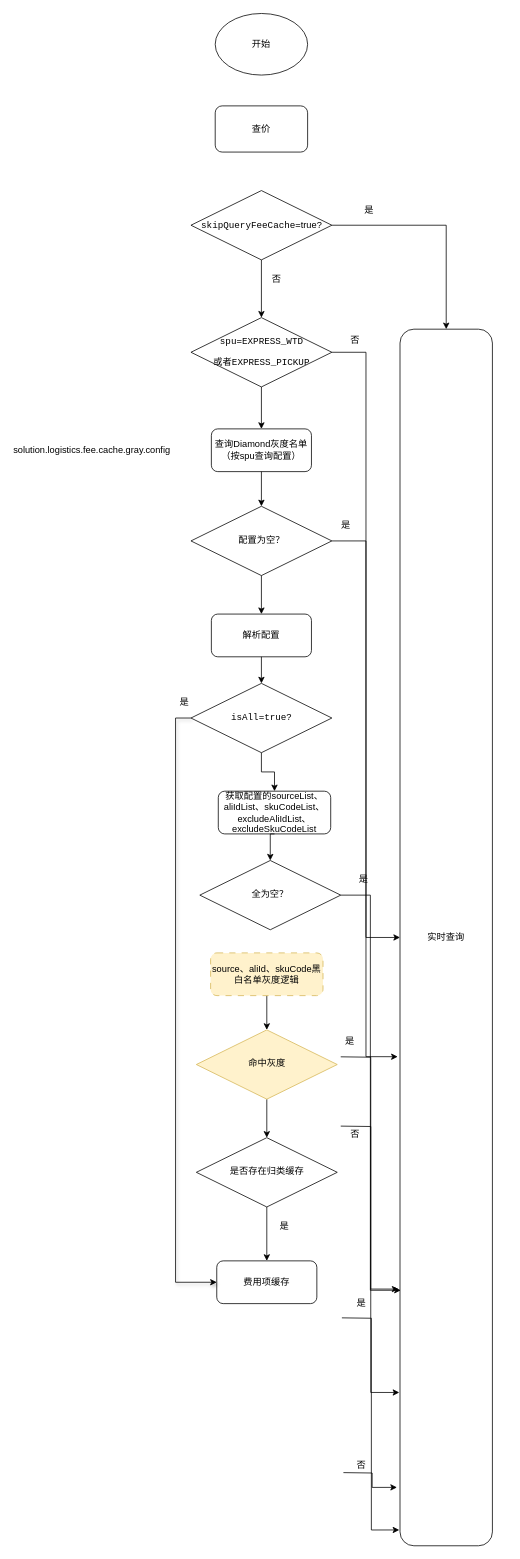
Above: 费用项缓存-整体逻辑.drawio in heyrry/draw.io (draw.io), before the change. Source tidied: cells renumbered, new cells numbered last; positions are measured from the earlier drawing's top-left corner, leaving out a move shared by most shapes. Both pictures are drawn from the tidied source at 77%, with x=0, y=0 at pixel (69, 13).
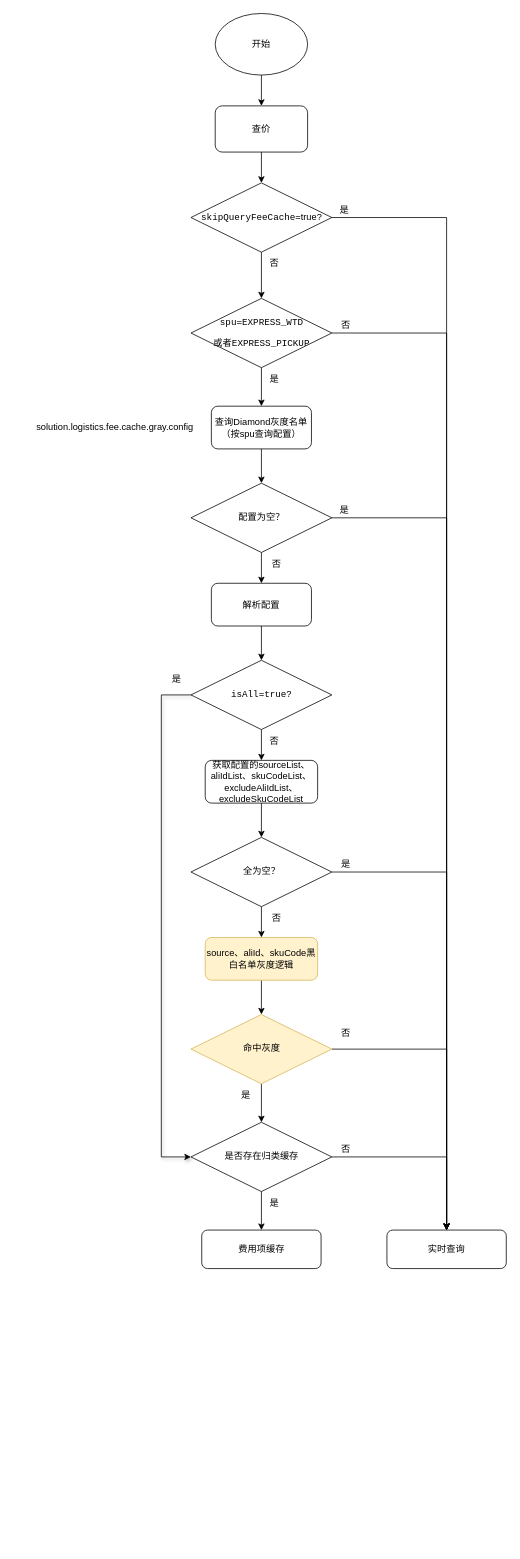
The same page after the edit.

Commit message:
更新费用项缓存-整体逻辑.drawio

The change refers to these unchanged cells:
```xml
<mxCell id="2" value="开始" style="ellipse;whiteSpace=wrap;html=1;fillColor=none;" parent="1" vertex="1">
  <mxGeometry x="190" width="120" height="80" as="geometry" />
</mxCell>
<mxCell id="3" value="查价" style="rounded=1;whiteSpace=wrap;html=1;fillColor=none;" parent="1" vertex="1">
  <mxGeometry x="190" y="120" width="120" height="60" as="geometry" />
</mxCell>
```

Diff of the diagram source:
```diff
@@
+    <mxCell id="49" style="edgeStyle=orthogonalEdgeStyle;rounded=0;jettySize=auto;html=1;exitX=0.5;exitY=1;exitDx=0;exitDy=0;entryX=0.5;entryY=0;entryDx=0;entryDy=0;" parent="1" edge="1" source="2" target="3">
+      <mxGeometry relative="1" as="geometry" />
+    </mxCell>
@@
+    <mxCell id="50" style="edgeStyle=orthogonalEdgeStyle;rounded=0;jettySize=auto;html=1;exitX=0.5;exitY=1;exitDx=0;exitDy=0;entryX=0.5;entryY=0;entryDx=0;entryDy=0;" parent="1" edge="1" source="3" target="6">
+      <mxGeometry relative="1" as="geometry" />
+    </mxCell>
@@
     <mxCell id="6" value="&lt;pre&gt;skipQueryFeeCache&lt;font face=&quot;Helvetica&quot;&gt;&lt;span style=&quot;white-space: normal;&quot;&gt;=true?&lt;/span&gt;&lt;/font&gt;&lt;/pre&gt;" style="rhombus;whiteSpace=wrap;html=1;fillColor=none;" parent="1" vertex="1">
-      <mxGeometry x="158.5" y="230" width="183" height="90" as="geometry" />
+      <mxGeometry x="158.5" y="220" width="183" height="90" as="geometry" />
     </mxCell>
-    <mxCell id="7" value="实时查询" style="rounded=1;whiteSpace=wrap;html=1;fillColor=none;" parent="1" vertex="1">
-      <mxGeometry x="430" y="410" width="120" height="1580" as="geometry" />
-    </mxCell>
     <mxCell id="8" value="是" style="text;html=1;align=center;verticalAlign=middle;whiteSpace=wrap;rounded=0;" parent="1" vertex="1">
-      <mxGeometry x="360" y="240" width="60" height="30" as="geometry" />
+      <mxGeometry x="327.5" y="240" width="60" height="30" as="geometry" />
     </mxCell>
+    <mxCell id="10" style="edgeStyle=orthogonalEdgeStyle;rounded=0;jettySize=auto;html=1;exitX=0.5;exitY=1;exitDx=0;exitDy=0;entryX=0.5;entryY=0;entryDx=0;entryDy=0;" parent="1" edge="1" source="11" target="15">
+      <mxGeometry relative="1" as="geometry" />
+    </mxCell>
-    <mxCell id="9" style="edgeStyle=orthogonalEdgeStyle;rounded=0;jettySize=auto;html=1;exitX=1;exitY=0.5;exitDx=0;exitDy=0;entryX=0;entryY=0.5;entryDx=0;entryDy=0;" parent="1" edge="1" source="11" target="7">
+    <mxCell id="9" style="edgeStyle=orthogonalEdgeStyle;rounded=0;jettySize=auto;html=1;exitX=1;exitY=0.5;exitDx=0;exitDy=0;entryX=0.5;entryY=0;entryDx=0;entryDy=0;" parent="1" edge="1" source="11" target="7">
       <mxGeometry relative="1" as="geometry" />
     </mxCell>
-    <mxCell id="10" style="edgeStyle=orthogonalEdgeStyle;rounded=0;jettySize=auto;html=1;exitX=0.5;exitY=1;exitDx=0;exitDy=0;entryX=0.5;entryY=0;entryDx=0;entryDy=0;" parent="1" edge="1" source="11" target="15">
-      <mxGeometry relative="1" as="geometry" />
-    </mxCell>
     <mxCell id="11" value="&lt;pre&gt;spu=EXPRESS_WTD&lt;/pre&gt;&lt;pre&gt;或者EXPRESS_PICKUP&lt;/pre&gt;" style="rhombus;whiteSpace=wrap;html=1;fillColor=none;" parent="1" vertex="1">
-      <mxGeometry x="158.5" y="395" width="183" height="90" as="geometry" />
+      <mxGeometry x="158.5" y="370" width="183" height="90" as="geometry" />
     </mxCell>
     <mxCell id="12" value="否" style="text;html=1;align=center;verticalAlign=middle;whiteSpace=wrap;rounded=0;" parent="1" vertex="1">
-      <mxGeometry x="240" y="330" width="60" height="30" as="geometry" />
+      <mxGeometry x="237" y="310" width="60" height="30" as="geometry" />
     </mxCell>
     <mxCell id="13" value="否" style="text;html=1;align=center;verticalAlign=middle;whiteSpace=wrap;rounded=0;" parent="1" vertex="1">
-      <mxGeometry x="341.5" y="410" width="60" height="30" as="geometry" />
+      <mxGeometry x="330" y="390" width="60" height="30" as="geometry" />
     </mxCell>
@@
     <mxCell id="15" value="查询Diamond灰度名单（按spu查询配置）" style="rounded=1;whiteSpace=wrap;html=1;fillColor=none;" parent="1" vertex="1">
-      <mxGeometry x="185" y="539.5" width="130" height="55.5" as="geometry" />
+      <mxGeometry x="185" y="510" width="130" height="55.5" as="geometry" />
     </mxCell>
     <mxCell id="16" value="solution.logistics.fee.cache.gray.config" style="text;html=1;align=center;verticalAlign=middle;whiteSpace=wrap;rounded=0;" parent="1" vertex="1">
-      <mxGeometry y="552.2" width="60" height="30" as="geometry" />
+      <mxGeometry x="30" y="522.8" width="60" height="30" as="geometry" />
     </mxCell>
@@
+    <mxCell id="19" style="edgeStyle=orthogonalEdgeStyle;rounded=0;jettySize=auto;html=1;exitX=1;exitY=0.5;exitDx=0;exitDy=0;entryX=0.5;entryY=0;entryDx=0;entryDy=0;" parent="1" edge="1" source="18" target="7">
+      <mxGeometry relative="1" as="geometry" />
+    </mxCell>
     <mxCell id="18" value="&lt;pre&gt;配置为空？&lt;/pre&gt;" style="rhombus;whiteSpace=wrap;html=1;fillColor=none;" parent="1" vertex="1">
-      <mxGeometry x="158.5" y="640" width="183" height="90" as="geometry" />
+      <mxGeometry x="158.5" y="610" width="183" height="90" as="geometry" />
     </mxCell>
-    <mxCell id="19" style="edgeStyle=orthogonalEdgeStyle;rounded=0;jettySize=auto;html=1;exitX=1;exitY=0.5;exitDx=0;exitDy=0;entryX=-0.025;entryY=0.598;entryDx=0;entryDy=0;entryPerimeter=0;" parent="1" edge="1" source="18" target="7">
-      <mxGeometry relative="1" as="geometry" />
-    </mxCell>
@@
     <mxCell id="21" value="解析配置" style="rounded=1;whiteSpace=wrap;html=1;fillColor=none;" parent="1" vertex="1">
-      <mxGeometry x="185" y="780" width="130" height="55.5" as="geometry" />
+      <mxGeometry x="185" y="740" width="130" height="55.5" as="geometry" />
     </mxCell>
-    <mxCell id="22" style="edgeStyle=orthogonalEdgeStyle;rounded=0;jettySize=auto;html=1;exitX=0;exitY=0.5;exitDx=0;exitDy=0;entryX=0;entryY=0.5;entryDx=0;entryDy=0;shadow=1;" parent="1" edge="1" source="24" target="26">
-      <mxGeometry relative="1" as="geometry" />
+    <mxCell id="22" style="edgeStyle=orthogonalEdgeStyle;rounded=0;jettySize=auto;html=1;exitX=0;exitY=0.5;exitDx=0;exitDy=0;entryX=0;entryY=0.5;entryDx=0;entryDy=0;shadow=1;" parent="1" edge="1" source="24" target="45">
+      <mxGeometry relative="1" as="geometry">
+        <Array as="points">
+          <mxPoint x="120" y="885" />
+          <mxPoint x="120" y="1485" />
+        </Array>
+      </mxGeometry>
     </mxCell>
@@
     <mxCell id="24" value="&lt;pre&gt;&lt;div style=&quot;&quot;&gt;&lt;pre style=&quot;&quot;&gt;isAll=true?&lt;/pre&gt;&lt;/div&gt;&lt;/pre&gt;" style="rhombus;whiteSpace=wrap;html=1;fillColor=none;" parent="1" vertex="1">
-      <mxGeometry x="158.5" y="870" width="183" height="90" as="geometry" />
+      <mxGeometry x="158.5" y="840" width="183" height="90" as="geometry" />
     </mxCell>
     <mxCell id="25" value="是" style="text;html=1;align=center;verticalAlign=middle;whiteSpace=wrap;rounded=0;" parent="1" vertex="1">
-      <mxGeometry x="330" y="650" width="60" height="30" as="geometry" />
+      <mxGeometry x="327.5" y="630" width="60" height="30" as="geometry" />
     </mxCell>
-    <mxCell id="26" value="费用项缓存" style="rounded=1;whiteSpace=wrap;html=1;fillColor=none;" parent="1" vertex="1">
-      <mxGeometry x="192" y="1620" width="130" height="55.5" as="geometry" />
+    <mxCell id="26" value="费用项缓存" style="rounded=1;whiteSpace=wrap;html=1;fillColor=default;strokeColor=default;" parent="1" vertex="1">
+      <mxGeometry x="172.5" y="1580" width="155" height="50" as="geometry" />
     </mxCell>
     <mxCell id="27" value="是" style="text;html=1;align=center;verticalAlign=middle;whiteSpace=wrap;rounded=0;" parent="1" vertex="1">
-      <mxGeometry x="120" y="880" width="60" height="30" as="geometry" />
+      <mxGeometry x="110" y="850" width="60" height="30" as="geometry" />
     </mxCell>
@@
     <mxCell id="29" value="获取配置的sourceList、aliIdList、skuCodeList、excludeAliIdList、excludeSkuCodeList" style="rounded=1;whiteSpace=wrap;html=1;fillColor=none;" parent="1" vertex="1">
-      <mxGeometry x="194" y="1010" width="146" height="55.5" as="geometry" />
+      <mxGeometry x="177" y="970" width="146" height="55.5" as="geometry" />
     </mxCell>
+    <mxCell id="51" style="edgeStyle=orthogonalEdgeStyle;rounded=0;jettySize=auto;html=1;exitX=0.5;exitY=1;exitDx=0;exitDy=0;entryX=0.5;entryY=0;entryDx=0;entryDy=0;" parent="1" edge="1" source="30" target="34">
+      <mxGeometry relative="1" as="geometry" />
+    </mxCell>
+    <mxCell id="31" style="edgeStyle=orthogonalEdgeStyle;rounded=0;jettySize=auto;html=1;exitX=1;exitY=0.5;exitDx=0;exitDy=0;entryX=0.5;entryY=0;entryDx=0;entryDy=0;" parent="1" edge="1" source="30" target="7">
+      <mxGeometry relative="1" as="geometry" />
+    </mxCell>
     <mxCell id="30" value="&lt;pre&gt;&lt;div style=&quot;&quot;&gt;&lt;pre style=&quot;&quot;&gt;全为空？&lt;/pre&gt;&lt;/div&gt;&lt;/pre&gt;" style="rhombus;whiteSpace=wrap;html=1;fillColor=none;" parent="1" vertex="1">
-      <mxGeometry x="170" y="1100" width="183" height="90" as="geometry" />
+      <mxGeometry x="158.5" y="1070" width="183" height="90" as="geometry" />
     </mxCell>
-    <mxCell id="31" style="edgeStyle=orthogonalEdgeStyle;rounded=0;jettySize=auto;html=1;exitX=1;exitY=0.5;exitDx=0;exitDy=0;entryX=0.008;entryY=0.79;entryDx=0;entryDy=0;entryPerimeter=0;" parent="1" edge="1" source="30" target="7">
-      <mxGeometry relative="1" as="geometry" />
-    </mxCell>
     <mxCell id="32" value="是" style="text;html=1;align=center;verticalAlign=middle;whiteSpace=wrap;rounded=0;" parent="1" vertex="1">
-      <mxGeometry x="353" y="1109" width="60" height="30" as="geometry" />
+      <mxGeometry x="330" y="1090" width="60" height="30" as="geometry" />
     </mxCell>
@@
-    <mxCell id="34" value="source、aliId、skuCode黑白名单灰度逻辑" style="rounded=1;whiteSpace=wrap;html=1;fillColor=#fff2cc;dashed=1;dashPattern=8 8;strokeColor=#d6b656;" parent="1" vertex="1">
-      <mxGeometry x="184" y="1220" width="146" height="55.5" as="geometry" />
+    <mxCell id="34" value="source、aliId、skuCode黑白名单灰度逻辑" style="rounded=1;whiteSpace=wrap;html=1;fillColor=#fff2cc;strokeColor=#d6b656;" parent="1" vertex="1">
+      <mxGeometry x="177" y="1200" width="146" height="55.5" as="geometry" />
     </mxCell>
@@
-    <mxCell id="36" style="edgeStyle=orthogonalEdgeStyle;rounded=0;jettySize=auto;html=1;exitX=1;exitY=0.5;exitDx=0;exitDy=0;entryX=-0.017;entryY=0.789;entryDx=0;entryDy=0;entryPerimeter=0;" parent="1" edge="1" target="7">
-      <mxGeometry relative="1" as="geometry">
-        <mxPoint x="353" y="1355" as="sourcePoint" />
-      </mxGeometry>
-    </mxCell>
     <mxCell id="37" value="是" style="text;html=1;align=center;verticalAlign=middle;whiteSpace=wrap;rounded=0;" parent="1" vertex="1">
-      <mxGeometry x="334.5" y="1320" width="60" height="30" as="geometry" />
+      <mxGeometry x="200" y="1390" width="60" height="30" as="geometry" />
     </mxCell>
-    <mxCell id="38" style="edgeStyle=orthogonalEdgeStyle;rounded=0;jettySize=auto;html=1;exitX=1;exitY=0.5;exitDx=0;exitDy=0;entryX=-0.008;entryY=0.874;entryDx=0;entryDy=0;entryPerimeter=0;" parent="1" edge="1" target="7">
-      <mxGeometry relative="1" as="geometry">
-        <mxPoint x="353" y="1445" as="sourcePoint" />
-      </mxGeometry>
-    </mxCell>
     <mxCell id="39" value="否" style="text;html=1;align=center;verticalAlign=middle;whiteSpace=wrap;rounded=0;" parent="1" vertex="1">
-      <mxGeometry x="341.5" y="1440" width="60" height="30" as="geometry" />
+      <mxGeometry x="330" y="1310" width="60" height="30" as="geometry" />
     </mxCell>
-    <mxCell id="40" style="edgeStyle=orthogonalEdgeStyle;rounded=0;jettySize=auto;html=1;exitX=1;exitY=0.5;exitDx=0;exitDy=0;entryX=-0.008;entryY=0.987;entryDx=0;entryDy=0;entryPerimeter=0;" parent="1" edge="1" target="7">
-      <mxGeometry relative="1" as="geometry">
-        <mxPoint x="354.5" y="1694" as="sourcePoint" />
-      </mxGeometry>
-    </mxCell>
-    <mxCell id="41" value="是" style="text;html=1;align=center;verticalAlign=middle;whiteSpace=wrap;rounded=0;" parent="1" vertex="1">
-      <mxGeometry x="350" y="1660" width="60" height="30" as="geometry" />
-    </mxCell>
-    <mxCell id="42" style="edgeStyle=orthogonalEdgeStyle;rounded=0;jettySize=auto;html=1;exitX=1;exitY=0.5;exitDx=0;exitDy=0;entryX=-0.033;entryY=0.952;entryDx=0;entryDy=0;entryPerimeter=0;" parent="1" edge="1" target="7">
-      <mxGeometry relative="1" as="geometry">
-        <mxPoint x="356.5" y="1895" as="sourcePoint" />
-      </mxGeometry>
-    </mxCell>
-    <mxCell id="43" value="否" style="text;html=1;align=center;verticalAlign=middle;whiteSpace=wrap;rounded=0;" parent="1" vertex="1">
-      <mxGeometry x="350" y="1870" width="60" height="30" as="geometry" />
-    </mxCell>
@@
+    <mxCell id="52" style="edgeStyle=orthogonalEdgeStyle;rounded=0;jettySize=auto;html=1;exitX=1;exitY=0.5;exitDx=0;exitDy=0;entryX=0.5;entryY=0;entryDx=0;entryDy=0;" parent="1" edge="1" source="45" target="7">
+      <mxGeometry relative="1" as="geometry" />
+    </mxCell>
     <mxCell id="45" value="&lt;pre&gt;&lt;div style=&quot;&quot;&gt;&lt;pre style=&quot;&quot;&gt;是否存在归类缓存&lt;/pre&gt;&lt;/div&gt;&lt;/pre&gt;" style="rhombus;whiteSpace=wrap;html=1;fillColor=none;" parent="1" vertex="1">
-      <mxGeometry x="165.5" y="1460" width="183" height="90" as="geometry" />
+      <mxGeometry x="158.5" y="1440" width="183" height="90" as="geometry" />
     </mxCell>
@@
+    <mxCell id="53" style="edgeStyle=orthogonalEdgeStyle;rounded=0;jettySize=auto;html=1;exitX=1;exitY=0.5;exitDx=0;exitDy=0;entryX=0.5;entryY=0;entryDx=0;entryDy=0;" parent="1" edge="1" source="47" target="7">
+      <mxGeometry relative="1" as="geometry" />
+    </mxCell>
     <mxCell id="47" value="&lt;pre&gt;&lt;div style=&quot;&quot;&gt;&lt;pre style=&quot;&quot;&gt;命中灰度&lt;/pre&gt;&lt;/div&gt;&lt;/pre&gt;" style="rhombus;whiteSpace=wrap;html=1;fillColor=#fff2cc;strokeColor=#d6b656;" parent="1" vertex="1">
-      <mxGeometry x="165.5" y="1320" width="183" height="90" as="geometry" />
+      <mxGeometry x="158.5" y="1300" width="183" height="90" as="geometry" />
     </mxCell>
     <mxCell id="48" value="是" style="text;html=1;align=center;verticalAlign=middle;whiteSpace=wrap;rounded=0;" parent="1" vertex="1">
-      <mxGeometry x="250" y="1560" width="60" height="30" as="geometry" />
+      <mxGeometry x="237" y="1530" width="60" height="30" as="geometry" />
     </mxCell>
+    <mxCell id="7" value="实时查询" style="rounded=1;whiteSpace=wrap;html=1;fillColor=default;strokeColor=default;" parent="1" vertex="1">
+      <mxGeometry x="413" y="1580" width="155" height="50" as="geometry" />
+    </mxCell>
+    <mxCell id="54" value="否" style="text;html=1;align=center;verticalAlign=middle;whiteSpace=wrap;rounded=0;" parent="1" vertex="1">
+      <mxGeometry x="237" y="930" width="60" height="30" as="geometry" />
+    </mxCell>
+    <mxCell id="55" value="否" style="text;html=1;align=center;verticalAlign=middle;whiteSpace=wrap;rounded=0;" parent="1" vertex="1">
+      <mxGeometry x="240" y="1160" width="60" height="30" as="geometry" />
+    </mxCell>
+    <mxCell id="56" value="否" style="text;html=1;align=center;verticalAlign=middle;whiteSpace=wrap;rounded=0;" parent="1" vertex="1">
+      <mxGeometry x="240" y="700" width="60" height="30" as="geometry" />
+    </mxCell>
+    <mxCell id="41" value="是" style="text;html=1;align=center;verticalAlign=middle;whiteSpace=wrap;rounded=0;" parent="1" vertex="1">
+      <mxGeometry x="237" y="460" width="60" height="30" as="geometry" />
+    </mxCell>
+    <mxCell id="57" value="否" style="text;html=1;align=center;verticalAlign=middle;whiteSpace=wrap;rounded=0;" parent="1" vertex="1">
+      <mxGeometry x="330" y="1460" width="60" height="30" as="geometry" />
+    </mxCell>
```
